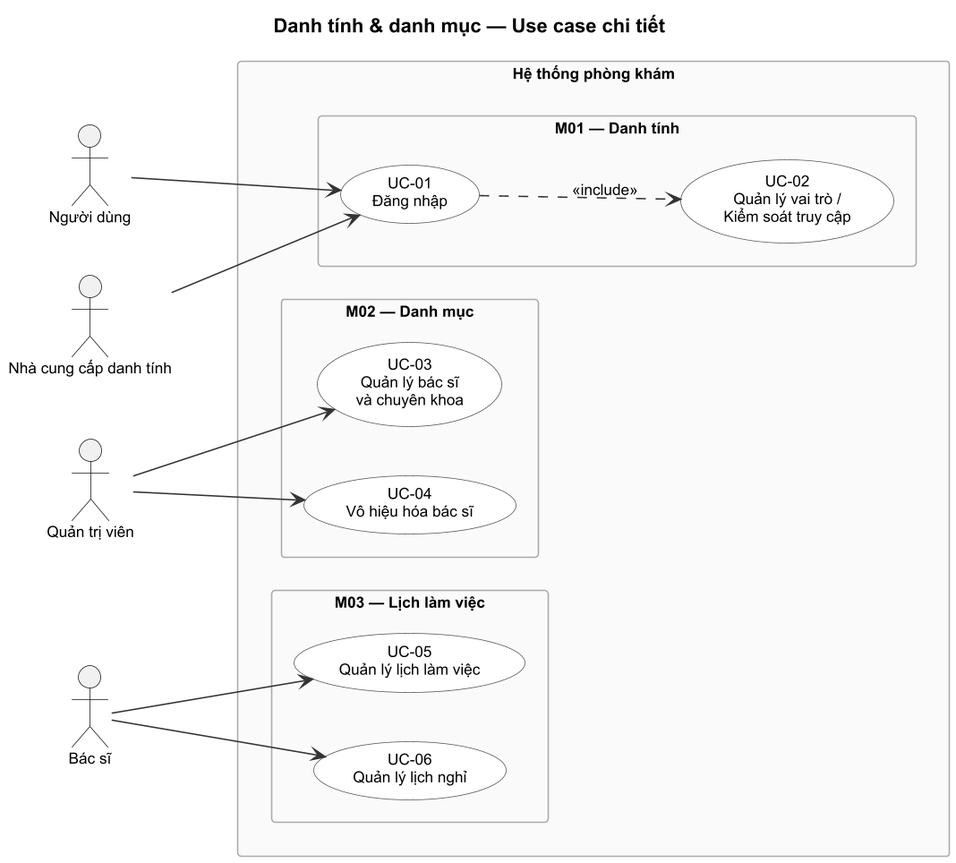
Earlier version of the PlantUML export docs/design/use-case/use-case-1.png (Samie32/SE-project).
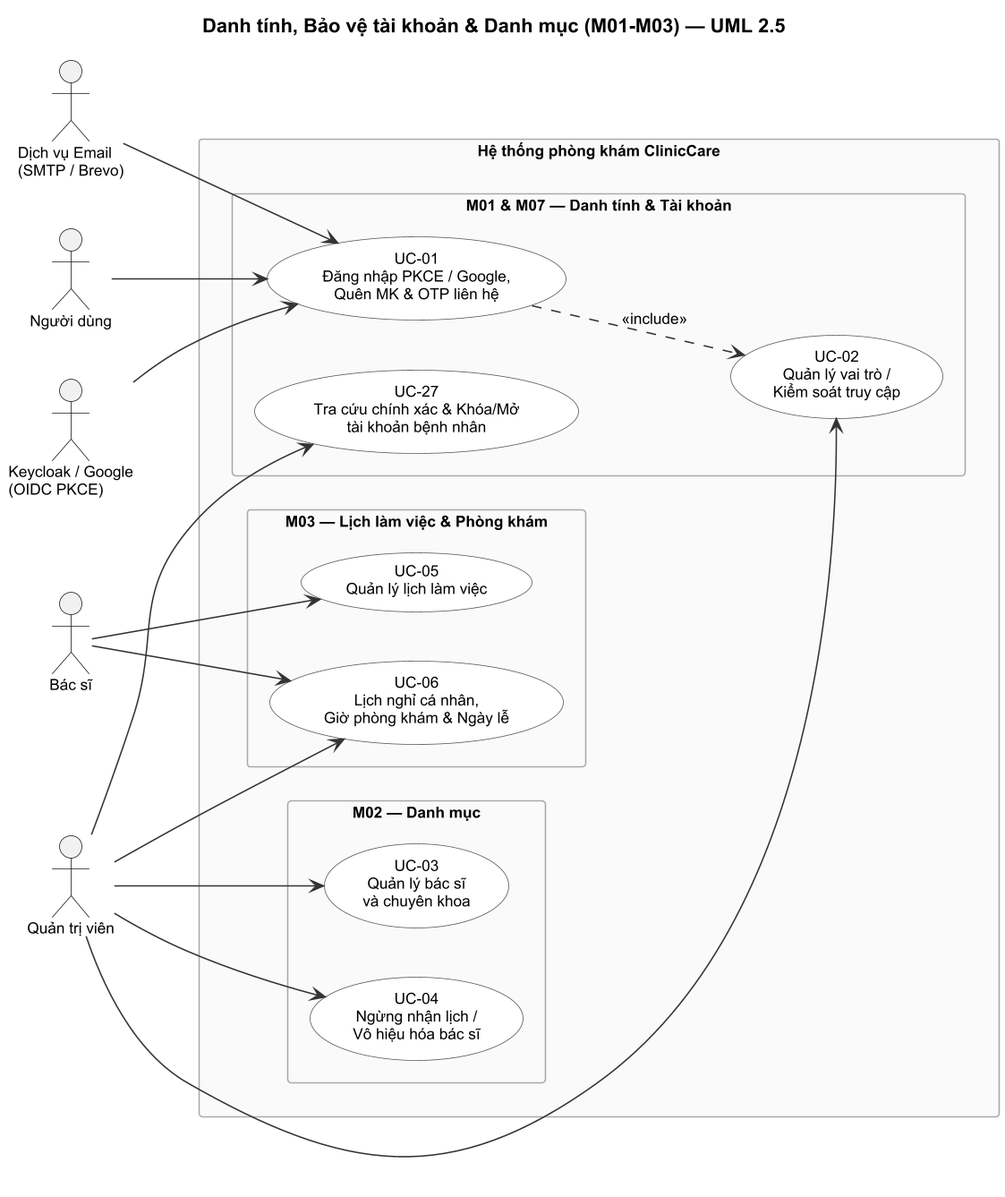
After the change.

Diff of the diagram source:
```diff
@@ -11,39 +11,45 @@
 skinparam defaultFontName Arial
 skinparam defaultFontSize 11
 skinparam dpi 150
-title Danh tính & danh mục — Use case chi tiết
+title Danh tính, Bảo vệ tài khoản & Danh mục (M01-M03) — UML 2.5
 
 left to right direction
 
 actor "Người dùng" as User
 actor "Quản trị viên" as Admin
 actor "Bác sĩ" as Doctor
-actor "Nhà cung cấp danh tính" as IdP
+actor "Keycloak / Google\n(OIDC PKCE)" as IdP
+actor "Dịch vụ Email\n(SMTP / Brevo)" as EmailSvc
 
-rectangle "Hệ thống phòng khám" {
+rectangle "Hệ thống phòng khám ClinicCare" {
 
-  package "M01 — Danh tính" {
-    usecase "UC-01\nĐăng nhập" as UC01
+  package "M01 & M07 — Danh tính & Tài khoản" {
+    usecase "UC-01\nĐăng nhập PKCE / Google,\nQuên MK & OTP liên hệ" as UC01
     usecase "UC-02\nQuản lý vai trò /\nKiểm soát truy cập" as UC02
+    usecase "UC-27\nTra cứu chính xác & Khóa/Mở\ntài khoản bệnh nhân" as UC27
   }
 
   package "M02 — Danh mục" {
     usecase "UC-03\nQuản lý bác sĩ\nvà chuyên khoa" as UC03
-    usecase "UC-04\nVô hiệu hóa bác sĩ" as UC04
+    usecase "UC-04\nNgừng nhận lịch /\nVô hiệu hóa bác sĩ" as UC04
   }
 
-  package "M03 — Lịch làm việc" {
+  package "M03 — Lịch làm việc & Phòng khám" {
     usecase "UC-05\nQuản lý lịch làm việc" as UC05
-    usecase "UC-06\nQuản lý lịch nghỉ" as UC06
+    usecase "UC-06\nLịch nghỉ cá nhân,\nGiờ phòng khám & Ngày lễ" as UC06
   }
 }
 
 User --> UC01
 IdP --> UC01
+EmailSvc --> UC01
 UC01 ..> UC02 : <<include>>
 
+Admin --> UC02
+Admin --> UC27
 Admin --> UC03
 Admin --> UC04
+Admin --> UC06
 
 Doctor --> UC05
 Doctor --> UC06
```
